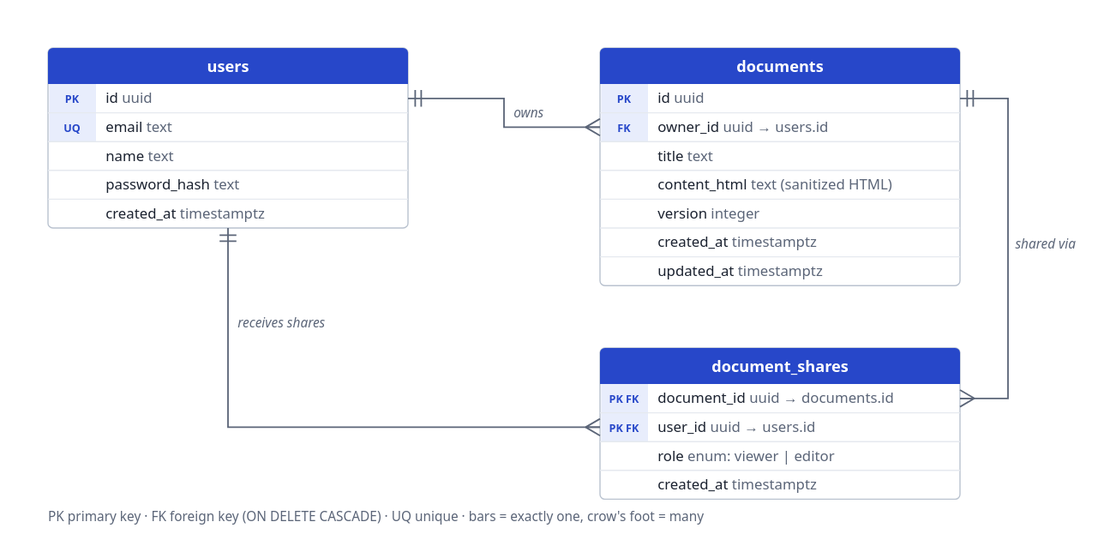
Above: docs/database/er-diagram.drawio.svg in Warphn/ajaia-docs-editor (draw.io), before the change. Source tidied: cells renumbered, new cells last; positions are measured from the earlier drawing's top-left corner, leaving out a move shared by most shapes.
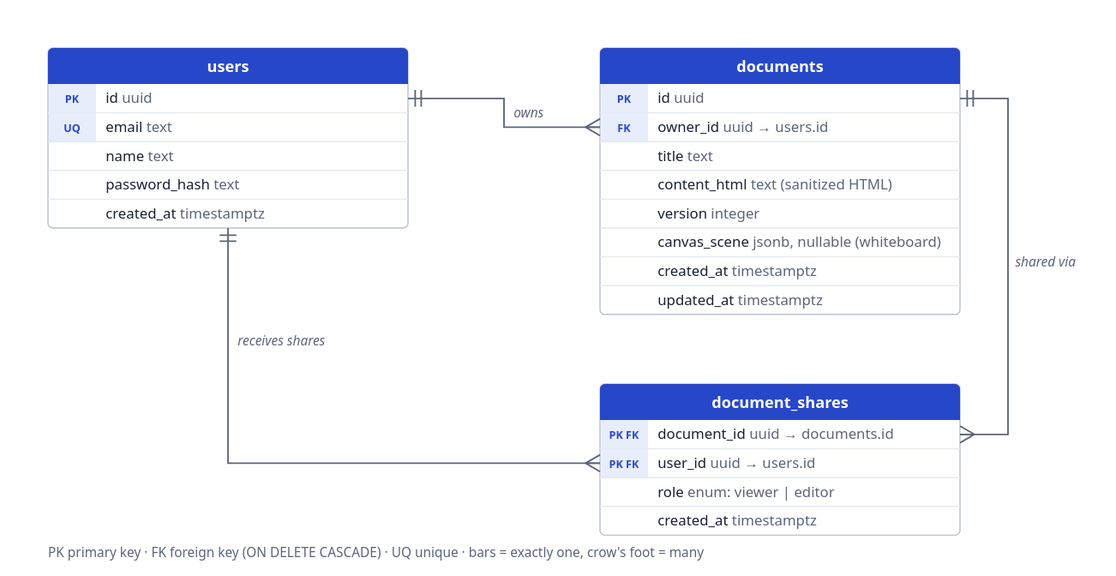
After the commit.

Change to the diagram source:
```diff
@@ -51,7 +51,7 @@
       <mxGeometry x="40" width="260" height="24" as="geometry" />
     </mxCell>
     <mxCell id="18" value="documents" style="shape=table;startSize=30;rowLines=1;fontStyle=1;align=center;fillColor=#2747C9;fontColor=#FFFFFF;strokeColor=#B9C2CF;" parent="1" vertex="1">
-      <mxGeometry x="460" width="300" height="198" as="geometry" />
+      <mxGeometry x="460" width="300" height="222" as="geometry" />
     </mxCell>
     <mxCell id="19" style="shape=tableRow;horizontal=0;startSize=0;swimlaneHead=0;swimlaneBody=0;fillColor=none;points=[[0,0.5],[1,0.5]];portConstraint=eastwest;top=0;left=0;right=0;bottom=1;" parent="18" vertex="1">
       <mxGeometry y="30" width="300" height="24" as="geometry" />
@@ -104,7 +104,7 @@
     <mxCell id="35" style="shape=partialRectangle;fillColor=#FFFFFF;top=0;left=0;bottom=0;right=0;fontStyle=1;fontSize=10;overflow=hidden;" parent="34" vertex="1">
       <mxGeometry width="40" height="24" as="geometry" />
     </mxCell>
-    <mxCell id="36" value="created_at: timestamptz" style="shape=partialRectangle;fillColor=#FFFFFF;top=0;left=0;bottom=0;right=0;align=left;spacingLeft=6;fontSize=11;overflow=hidden;" parent="34" vertex="1">
+    <mxCell id="36" value="canvas_scene: jsonb, nullable (whiteboard)" style="shape=partialRectangle;fillColor=#FFFFFF;top=0;left=0;bottom=0;right=0;align=left;spacingLeft=6;fontSize=11;overflow=hidden;" parent="34" vertex="1">
       <mxGeometry x="40" width="260" height="24" as="geometry" />
     </mxCell>
     <mxCell id="37" style="shape=tableRow;horizontal=0;startSize=0;swimlaneHead=0;swimlaneBody=0;fillColor=none;top=0;left=0;right=0;bottom=1;" parent="18" vertex="1">
@@ -113,11 +113,20 @@
     <mxCell id="38" style="shape=partialRectangle;fillColor=#FFFFFF;top=0;left=0;bottom=0;right=0;fontStyle=1;fontSize=10;overflow=hidden;" parent="37" vertex="1">
       <mxGeometry width="40" height="24" as="geometry" />
     </mxCell>
-    <mxCell id="39" value="updated_at: timestamptz" style="shape=partialRectangle;fillColor=#FFFFFF;top=0;left=0;bottom=0;right=0;align=left;spacingLeft=6;fontSize=11;overflow=hidden;" parent="37" vertex="1">
+    <mxCell id="39" value="created_at: timestamptz" style="shape=partialRectangle;fillColor=#FFFFFF;top=0;left=0;bottom=0;right=0;align=left;spacingLeft=6;fontSize=11;overflow=hidden;" parent="37" vertex="1">
       <mxGeometry x="40" width="260" height="24" as="geometry" />
     </mxCell>
+    <mxCell id="56" style="shape=tableRow;horizontal=0;startSize=0;swimlaneHead=0;swimlaneBody=0;fillColor=none;top=0;left=0;right=0;bottom=1;" parent="18" vertex="1">
+      <mxGeometry y="198" width="300" height="24" as="geometry" />
+    </mxCell>
+    <mxCell id="57" style="shape=partialRectangle;fillColor=#FFFFFF;top=0;left=0;bottom=0;right=0;fontStyle=1;fontSize=10;overflow=hidden;" parent="56" vertex="1">
+      <mxGeometry width="40" height="24" as="geometry" />
+    </mxCell>
+    <mxCell id="58" value="updated_at: timestamptz" style="shape=partialRectangle;fillColor=#FFFFFF;top=0;left=0;bottom=0;right=0;align=left;spacingLeft=6;fontSize=11;overflow=hidden;" parent="56" vertex="1">
+      <mxGeometry x="40" width="260" height="24" as="geometry" />
+    </mxCell>
     <mxCell id="40" value="document_shares" style="shape=table;startSize=30;rowLines=1;fontStyle=1;align=center;fillColor=#2747C9;fontColor=#FFFFFF;strokeColor=#B9C2CF;" parent="1" vertex="1">
-      <mxGeometry x="460" y="250" width="300" height="126" as="geometry" />
+      <mxGeometry x="460" y="280" width="300" height="126" as="geometry" />
     </mxCell>
     <mxCell id="41" style="shape=tableRow;horizontal=0;startSize=0;swimlaneHead=0;swimlaneBody=0;fillColor=none;points=[[0,0.5],[1,0.5]];portConstraint=eastwest;top=0;left=0;right=0;bottom=1;" parent="40" vertex="1">
       <mxGeometry y="30" width="300" height="24" as="geometry" />
```
